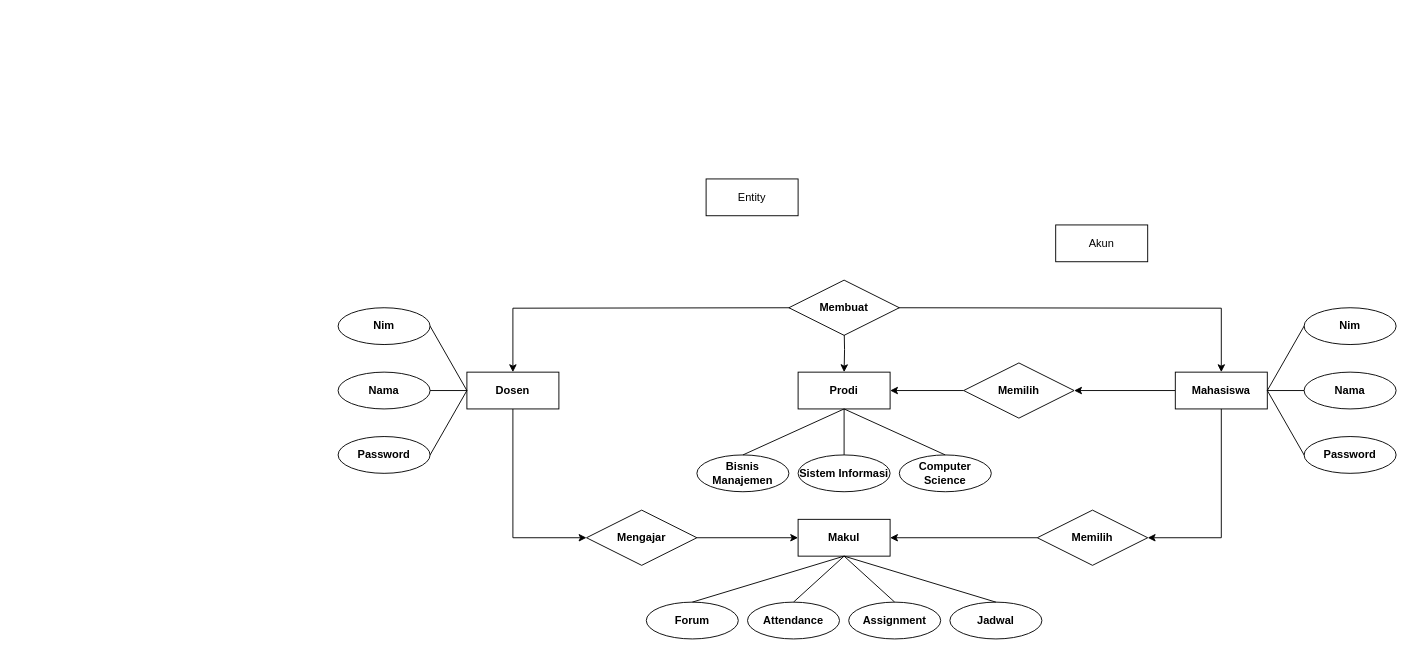
Earlier version of the draw.io diagram Untitled Diagram.drawio (zhirobyte/webdev). Source tidied: cells renumbered, new cells numbered last; positions are measured from the earlier drawing's top-left corner, leaving out a move shared by most shapes. Both pictures are drawn from the tidied source at 92%, with x=0, y=0 at pixel (338, 178).
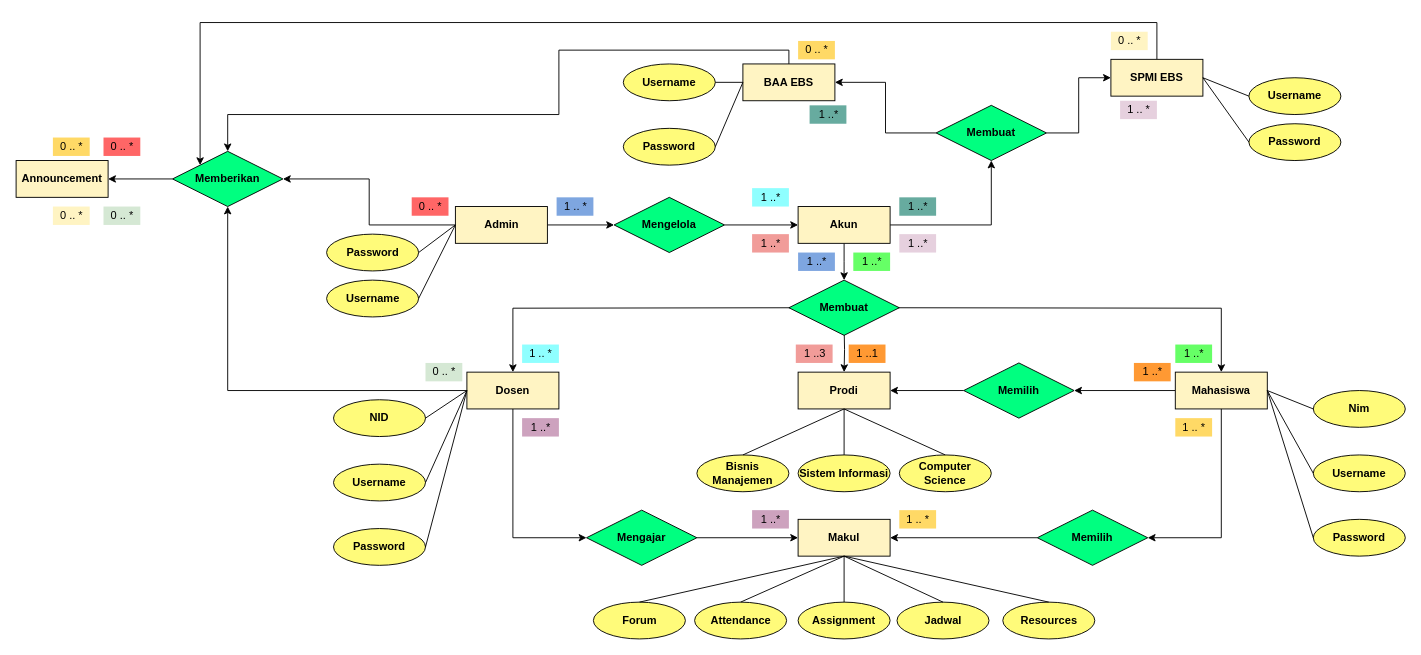
After the change.

What changed in the source:
```diff
@@
-    <mxCell id="2" value="Bisnis Manajemen" style="ellipse;whiteSpace=wrap;html=1;align=center;fontStyle=1;" parent="1" vertex="1">
+    <mxCell id="2" value="Bisnis Manajemen" style="ellipse;whiteSpace=wrap;html=1;align=center;fontStyle=1;fillColor=#FFFB7A;" parent="1" vertex="1">
       <mxGeometry x="390" y="300" width="100" height="40" as="geometry" />
     </mxCell>
-    <mxCell id="3" value="Sistem Informasi" style="ellipse;whiteSpace=wrap;html=1;align=center;fontStyle=1;" parent="1" vertex="1">
+    <mxCell id="3" value="Sistem Informasi" style="ellipse;whiteSpace=wrap;html=1;align=center;fontStyle=1;fillColor=#FFFB7A;" parent="1" vertex="1">
       <mxGeometry x="500" y="300" width="100" height="40" as="geometry" />
     </mxCell>
-    <mxCell id="4" value="Computer Science" style="ellipse;whiteSpace=wrap;html=1;align=center;fontStyle=1;" parent="1" vertex="1">
+    <mxCell id="4" value="Computer Science" style="ellipse;whiteSpace=wrap;html=1;align=center;fontStyle=1;fillColor=#FFFB7A;" parent="1" vertex="1">
       <mxGeometry x="610" y="300" width="100" height="40" as="geometry" />
     </mxCell>
-    <mxCell id="5" value="Prodi" style="whiteSpace=wrap;html=1;align=center;fontStyle=1;" parent="1" vertex="1">
+    <mxCell id="5" value="Prodi" style="whiteSpace=wrap;html=1;align=center;fontStyle=1;fillColor=#FFF4C3;" parent="1" vertex="1">
       <mxGeometry x="500" y="210" width="100" height="40" as="geometry" />
     </mxCell>
@@
+    <mxCell id="47" style="edgeStyle=orthogonalEdgeStyle;rounded=0;jettySize=auto;html=1;" parent="1" edge="1" source="7" target="95">
+      <mxGeometry relative="1" as="geometry" />
+    </mxCell>
-    <mxCell id="7" value="Dosen" style="whiteSpace=wrap;html=1;align=center;fontStyle=1;" parent="1" vertex="1">
+    <mxCell id="7" value="Dosen" style="whiteSpace=wrap;html=1;align=center;fontStyle=1;fillColor=#FFF4C3;" parent="1" vertex="1">
       <mxGeometry x="140" y="210" width="100" height="40" as="geometry" />
     </mxCell>
@@
-    <mxCell id="10" value="Mahasiswa" style="whiteSpace=wrap;html=1;align=center;fontStyle=1;" parent="1" vertex="1">
+    <mxCell id="10" value="Mahasiswa" style="whiteSpace=wrap;html=1;align=center;fontStyle=1;fillColor=#FFF4C3;" parent="1" vertex="1">
       <mxGeometry x="910" y="210" width="100" height="40" as="geometry" />
     </mxCell>
-    <mxCell id="11" value="Makul" style="whiteSpace=wrap;html=1;align=center;fontStyle=1;" parent="1" vertex="1">
+    <mxCell id="11" value="Makul" style="whiteSpace=wrap;html=1;align=center;fontStyle=1;fillColor=#FFF4C3;" parent="1" vertex="1">
       <mxGeometry x="500" y="370" width="100" height="40" as="geometry" />
     </mxCell>
@@
-    <mxCell id="13" value="Mengajar" style="shape=rhombus;perimeter=rhombusPerimeter;whiteSpace=wrap;html=1;align=center;fontStyle=1;" parent="1" vertex="1">
+    <mxCell id="13" value="Mengajar" style="shape=rhombus;perimeter=rhombusPerimeter;whiteSpace=wrap;html=1;align=center;fontStyle=1;fillColor=#00FF80;" parent="1" vertex="1">
       <mxGeometry x="270" y="360" width="120" height="60" as="geometry" />
     </mxCell>
-    <mxCell id="14" value="Memilih" style="shape=rhombus;perimeter=rhombusPerimeter;whiteSpace=wrap;html=1;align=center;fontStyle=1;" parent="1" vertex="1">
+    <mxCell id="14" value="Memilih" style="shape=rhombus;perimeter=rhombusPerimeter;whiteSpace=wrap;html=1;align=center;fontStyle=1;fillColor=#00FF80;" parent="1" vertex="1">
       <mxGeometry x="760" y="360" width="120" height="60" as="geometry" />
     </mxCell>
@@
-    <mxCell id="16" value="Jadwal" style="ellipse;whiteSpace=wrap;html=1;align=center;fontStyle=1;" parent="1" vertex="1">
-      <mxGeometry x="665" y="460" width="100" height="40" as="geometry" />
+    <mxCell id="16" value="Jadwal" style="ellipse;whiteSpace=wrap;html=1;align=center;fontStyle=1;fillColor=#FFFB7A;" parent="1" vertex="1">
+      <mxGeometry x="607.5" y="460" width="100" height="40" as="geometry" />
     </mxCell>
-    <mxCell id="17" value="Attendance" style="ellipse;whiteSpace=wrap;html=1;align=center;fontStyle=1;" parent="1" vertex="1">
-      <mxGeometry x="445" y="460" width="100" height="40" as="geometry" />
+    <mxCell id="17" value="Attendance" style="ellipse;whiteSpace=wrap;html=1;align=center;fontStyle=1;fillColor=#FFFB7A;" parent="1" vertex="1">
+      <mxGeometry x="387.5" y="460" width="100" height="40" as="geometry" />
     </mxCell>
-    <mxCell id="18" value="Assignment" style="ellipse;whiteSpace=wrap;html=1;align=center;fontStyle=1;" parent="1" vertex="1">
-      <mxGeometry x="555" y="460" width="100" height="40" as="geometry" />
+    <mxCell id="18" value="Assignment" style="ellipse;whiteSpace=wrap;html=1;align=center;fontStyle=1;fillColor=#FFFB7A;" parent="1" vertex="1">
+      <mxGeometry x="500" y="460" width="100" height="40" as="geometry" />
     </mxCell>
-    <mxCell id="19" value="Forum" style="ellipse;whiteSpace=wrap;html=1;align=center;fontStyle=1;" parent="1" vertex="1">
-      <mxGeometry x="335" y="460" width="100" height="40" as="geometry" />
+    <mxCell id="19" value="Forum" style="ellipse;whiteSpace=wrap;html=1;align=center;fontStyle=1;fillColor=#FFFB7A;" parent="1" vertex="1">
+      <mxGeometry x="277.5" y="460" width="100" height="40" as="geometry" />
     </mxCell>
@@
-    <mxCell id="28" value="Memilih" style="shape=rhombus;perimeter=rhombusPerimeter;whiteSpace=wrap;html=1;align=center;fontStyle=1;" parent="1" vertex="1">
+    <mxCell id="28" value="Memilih" style="shape=rhombus;perimeter=rhombusPerimeter;whiteSpace=wrap;html=1;align=center;fontStyle=1;fillColor=#00FF80;" parent="1" vertex="1">
       <mxGeometry x="680" y="200" width="120" height="60" as="geometry" />
     </mxCell>
-    <mxCell id="29" value="Password" style="ellipse;whiteSpace=wrap;html=1;align=center;fontStyle=1;" parent="1" vertex="1">
-      <mxGeometry x="1050" y="280" width="100" height="40" as="geometry" />
+    <mxCell id="29" value="Password" style="ellipse;whiteSpace=wrap;html=1;align=center;fontStyle=1;fillColor=#FFFB7A;" parent="1" vertex="1">
+      <mxGeometry x="1060" y="370" width="100" height="40" as="geometry" />
     </mxCell>
-    <mxCell id="30" value="Nama" style="ellipse;whiteSpace=wrap;html=1;align=center;fontStyle=1;" parent="1" vertex="1">
-      <mxGeometry x="1050" y="210" width="100" height="40" as="geometry" />
+    <mxCell id="30" value="Username" style="ellipse;whiteSpace=wrap;html=1;align=center;fontStyle=1;fillColor=#FFFB7A;" parent="1" vertex="1">
+      <mxGeometry x="1060" y="300" width="100" height="40" as="geometry" />
     </mxCell>
-    <mxCell id="31" value="Nim" style="ellipse;whiteSpace=wrap;html=1;align=center;fontStyle=1;" parent="1" vertex="1">
-      <mxGeometry x="1050" y="140" width="100" height="40" as="geometry" />
+    <mxCell id="31" value="Nim" style="ellipse;whiteSpace=wrap;html=1;align=center;fontStyle=1;fillColor=#FFFB7A;" parent="1" vertex="1">
+      <mxGeometry x="1060" y="230" width="100" height="40" as="geometry" />
     </mxCell>
-    <mxCell id="32" value="Password" style="ellipse;whiteSpace=wrap;html=1;align=center;fontStyle=1;" parent="1" vertex="1">
-      <mxGeometry y="280" width="100" height="40" as="geometry" />
+    <mxCell id="32" value="Password" style="ellipse;whiteSpace=wrap;html=1;align=center;fontStyle=1;fillColor=#FFFB7A;" parent="1" vertex="1">
+      <mxGeometry x="-5" y="380" width="100" height="40" as="geometry" />
     </mxCell>
-    <mxCell id="33" value="Nama" style="ellipse;whiteSpace=wrap;html=1;align=center;fontStyle=1;" parent="1" vertex="1">
-      <mxGeometry y="210" width="100" height="40" as="geometry" />
+    <mxCell id="33" value="Username" style="ellipse;whiteSpace=wrap;html=1;align=center;fontStyle=1;fillColor=#FFFB7A;" parent="1" vertex="1">
+      <mxGeometry x="-5" y="310" width="100" height="40" as="geometry" />
     </mxCell>
-    <mxCell id="34" value="Nim" style="ellipse;whiteSpace=wrap;html=1;align=center;fontStyle=1;" parent="1" vertex="1">
-      <mxGeometry y="140" width="100" height="40" as="geometry" />
+    <mxCell id="34" value="NID" style="ellipse;whiteSpace=wrap;html=1;align=center;fontStyle=1;fillColor=#FFFB7A;" parent="1" vertex="1">
+      <mxGeometry x="-5" y="240" width="100" height="40" as="geometry" />
     </mxCell>
@@
-    <mxCell id="38" value="Membuat" style="shape=rhombus;perimeter=rhombusPerimeter;whiteSpace=wrap;html=1;align=center;fontStyle=1;" parent="1" vertex="1">
+    <mxCell id="38" value="Membuat" style="shape=rhombus;perimeter=rhombusPerimeter;whiteSpace=wrap;html=1;align=center;fontStyle=1;fillColor=#00FF80;" parent="1" vertex="1">
       <mxGeometry x="490" y="110" width="120" height="60" as="geometry" />
     </mxCell>
@@
+    <mxCell id="48" style="edgeStyle=orthogonalEdgeStyle;rounded=0;jettySize=auto;html=1;entryX=0.5;entryY=0;entryDx=0;entryDy=0;" parent="1" edge="1" source="45">
+      <mxGeometry relative="1" as="geometry">
+        <mxPoint x="550" y="110" as="targetPoint" />
+      </mxGeometry>
+    </mxCell>
+    <mxCell id="49" style="edgeStyle=orthogonalEdgeStyle;rounded=0;jettySize=auto;html=1;entryX=0.5;entryY=1;entryDx=0;entryDy=0;" parent="1" edge="1" source="45" target="88">
+      <mxGeometry relative="1" as="geometry" />
+    </mxCell>
-    <mxCell id="45" value="Akun" style="whiteSpace=wrap;html=1;align=center;" parent="1" vertex="1">
-      <mxGeometry x="780" y="50" width="100" height="40" as="geometry" />
+    <mxCell id="45" value="Akun" style="whiteSpace=wrap;html=1;align=center;fontStyle=1;fillColor=#FFF4C3;" parent="1" vertex="1">
+      <mxGeometry x="500" y="30" width="100" height="40" as="geometry" />
     </mxCell>
+    <mxCell id="50" style="edgeStyle=orthogonalEdgeStyle;rounded=0;jettySize=auto;html=1;fontStyle=1;entryX=0;entryY=0.5;entryDx=0;entryDy=0;" parent="1" edge="1" source="46" target="53">
+      <mxGeometry relative="1" as="geometry" />
+    </mxCell>
+    <mxCell id="51" style="edgeStyle=orthogonalEdgeStyle;rounded=0;jettySize=auto;html=1;entryX=1;entryY=0.5;entryDx=0;entryDy=0;" parent="1" edge="1" source="46" target="95">
+      <mxGeometry relative="1" as="geometry" />
+    </mxCell>
-    <mxCell id="46" value="Entity" style="whiteSpace=wrap;html=1;align=center;" parent="1" vertex="1">
-      <mxGeometry x="400" width="100" height="40" as="geometry" />
+    <mxCell id="46" value="Admin" style="whiteSpace=wrap;html=1;align=center;fontStyle=1;fillColor=#FFF4C3;" parent="1" vertex="1">
+      <mxGeometry x="127.5" y="30" width="100" height="40" as="geometry" />
     </mxCell>
+    <mxCell id="52" style="edgeStyle=orthogonalEdgeStyle;rounded=0;jettySize=auto;html=1;entryX=0;entryY=0.5;entryDx=0;entryDy=0;" parent="1" edge="1" source="53" target="45">
+      <mxGeometry relative="1" as="geometry" />
+    </mxCell>
+    <mxCell id="53" value="Mengelola" style="shape=rhombus;perimeter=rhombusPerimeter;whiteSpace=wrap;html=1;align=center;fontStyle=1;fillColor=#00FF80;" parent="1" vertex="1">
+      <mxGeometry x="300" y="20" width="120" height="60" as="geometry" />
+    </mxCell>
+    <mxCell id="54" value="1 ..*" style="text;html=1;align=center;verticalAlign=middle;fillColor=#7EA6E0;" parent="1" vertex="1">
+      <mxGeometry x="500" y="80" width="40" height="20" as="geometry" />
+    </mxCell>
+    <mxCell id="55" value="1 .. *" style="text;html=1;align=center;verticalAlign=middle;fillColor=#7EA6E0;" parent="1" vertex="1">
+      <mxGeometry x="237.5" y="20" width="40" height="20" as="geometry" />
+    </mxCell>
+    <mxCell id="56" value="1 .. *" style="text;html=1;align=center;verticalAlign=middle;fillColor=#8FFFFF;" parent="1" vertex="1">
+      <mxGeometry x="200" y="180" width="40" height="20" as="geometry" />
+    </mxCell>
+    <mxCell id="57" value="1 ..*" style="text;html=1;align=center;verticalAlign=middle;fillColor=#8FFFFF;" parent="1" vertex="1">
+      <mxGeometry x="450" y="10" width="40" height="20" as="geometry" />
+    </mxCell>
+    <mxCell id="58" value="1 ..*" style="text;html=1;align=center;verticalAlign=middle;fillColor=#66FF66;" parent="1" vertex="1">
+      <mxGeometry x="910" y="180" width="40" height="20" as="geometry" />
+    </mxCell>
+    <mxCell id="59" value="1 ..*" style="text;html=1;align=center;verticalAlign=middle;fillColor=#66FF66;" parent="1" vertex="1">
+      <mxGeometry x="560" y="80" width="40" height="20" as="geometry" />
+    </mxCell>
+    <mxCell id="60" value="1 .. *" style="text;html=1;align=center;verticalAlign=middle;fillColor=#FFD966;" parent="1" vertex="1">
+      <mxGeometry x="610" y="360" width="40" height="20" as="geometry" />
+    </mxCell>
+    <mxCell id="61" value="1 .. *" style="text;html=1;align=center;verticalAlign=middle;fillColor=#FFD966;" parent="1" vertex="1">
+      <mxGeometry x="910" y="260" width="40" height="20" as="geometry" />
+    </mxCell>
+    <mxCell id="62" value="1 ..1" style="text;html=1;align=center;verticalAlign=middle;fillColor=#FF9933;" parent="1" vertex="1">
+      <mxGeometry x="555" y="180" width="40" height="20" as="geometry" />
+    </mxCell>
+    <mxCell id="63" value="1 ..*" style="text;html=1;align=center;verticalAlign=middle;fillColor=#FF9933;" parent="1" vertex="1">
+      <mxGeometry x="865" y="200" width="40" height="20" as="geometry" />
+    </mxCell>
+    <mxCell id="64" value="1 ..*" style="text;html=1;align=center;verticalAlign=middle;fillColor=#CDA2BE;" parent="1" vertex="1">
+      <mxGeometry x="450" y="360" width="40" height="20" as="geometry" />
+    </mxCell>
+    <mxCell id="65" value="1 ..*" style="text;html=1;align=center;verticalAlign=middle;fillColor=#CDA2BE;" parent="1" vertex="1">
+      <mxGeometry x="200" y="260" width="40" height="20" as="geometry" />
+    </mxCell>
+    <mxCell id="66" value="Username" style="ellipse;whiteSpace=wrap;html=1;align=center;fillColor=#FFFB7A;fontStyle=1;" parent="1" vertex="1">
+      <mxGeometry x="-12.5" y="110" width="100" height="40" as="geometry" />
+    </mxCell>
+    <mxCell id="67" value="Password" style="ellipse;whiteSpace=wrap;html=1;align=center;fillColor=#FFFB7A;fontStyle=1;" parent="1" vertex="1">
+      <mxGeometry x="-12.5" y="60" width="100" height="40" as="geometry" />
+    </mxCell>
+    <mxCell id="68" style="endArrow=none;html=1;rounded=0;exitX=1;exitY=0.5;exitDx=0;exitDy=0;entryX=0;entryY=0.5;entryDx=0;entryDy=0;" parent="1" edge="1" source="66" target="46">
+      <mxGeometry relative="1" as="geometry" />
+    </mxCell>
+    <mxCell id="69" style="endArrow=none;html=1;rounded=0;entryX=0;entryY=0.5;entryDx=0;entryDy=0;exitX=1;exitY=0.5;exitDx=0;exitDy=0;" parent="1" edge="1" source="67" target="46">
+      <mxGeometry relative="1" as="geometry" />
+    </mxCell>
+    <mxCell id="70" value="Resources" style="ellipse;whiteSpace=wrap;html=1;align=center;fontStyle=1;fillColor=#FFFB7A;" parent="1" vertex="1">
+      <mxGeometry x="722.5" y="460" width="100" height="40" as="geometry" />
+    </mxCell>
+    <mxCell id="71" style="endArrow=none;html=1;rounded=0;exitX=0.5;exitY=1;exitDx=0;exitDy=0;entryX=0.5;entryY=0;entryDx=0;entryDy=0;" parent="1" edge="1" source="11" target="70">
+      <mxGeometry relative="1" as="geometry" />
+    </mxCell>
+    <mxCell id="72" style="edgeStyle=orthogonalEdgeStyle;rounded=0;jettySize=auto;html=1;entryX=0;entryY=0;entryDx=0;entryDy=0;" parent="1" edge="1" source="73" target="95">
+      <mxGeometry relative="1" as="geometry">
+        <Array as="points">
+          <mxPoint x="890" y="-170" />
+          <mxPoint x="-150" y="-170" />
+        </Array>
+      </mxGeometry>
+    </mxCell>
+    <mxCell id="73" value="SPMI EBS" style="whiteSpace=wrap;html=1;align=center;fontStyle=1;fillColor=#FFF4C3;" parent="1" vertex="1">
+      <mxGeometry x="840" y="-130" width="100" height="40" as="geometry" />
+    </mxCell>
+    <mxCell id="74" style="edgeStyle=orthogonalEdgeStyle;rounded=0;jettySize=auto;html=1;" parent="1" edge="1" source="75" target="95">
+      <mxGeometry relative="1" as="geometry">
+        <Array as="points">
+          <mxPoint x="490" y="-140" />
+          <mxPoint x="240" y="-140" />
+          <mxPoint x="240" y="-70" />
+          <mxPoint x="-120" y="-70" />
+        </Array>
+      </mxGeometry>
+    </mxCell>
+    <mxCell id="75" value="BAA EBS" style="whiteSpace=wrap;html=1;align=center;fontStyle=1;fillColor=#FFF4C3;" parent="1" vertex="1">
+      <mxGeometry x="440" y="-125" width="100" height="40" as="geometry" />
+    </mxCell>
+    <mxCell id="76" value="Username" style="ellipse;whiteSpace=wrap;html=1;align=center;fillColor=#FFFB7A;fontStyle=1;" parent="1" vertex="1">
+      <mxGeometry x="990" y="-110" width="100" height="40" as="geometry" />
+    </mxCell>
+    <mxCell id="77" value="Password" style="ellipse;whiteSpace=wrap;html=1;align=center;fillColor=#FFFB7A;fontStyle=1;" parent="1" vertex="1">
+      <mxGeometry x="990" y="-60" width="100" height="40" as="geometry" />
+    </mxCell>
+    <mxCell id="78" style="endArrow=none;html=1;rounded=0;exitX=0;exitY=0.5;exitDx=0;exitDy=0;entryX=1;entryY=0.5;entryDx=0;entryDy=0;fontStyle=1;" parent="1" edge="1" source="76" target="73">
+      <mxGeometry relative="1" as="geometry" />
+    </mxCell>
+    <mxCell id="79" style="endArrow=none;html=1;rounded=0;entryX=1;entryY=0.5;entryDx=0;entryDy=0;exitX=0;exitY=0.5;exitDx=0;exitDy=0;fontStyle=1;" parent="1" edge="1" source="77" target="73">
+      <mxGeometry relative="1" as="geometry" />
+    </mxCell>
+    <mxCell id="80" value="1 ..3" style="text;html=1;align=center;verticalAlign=middle;fillColor=#F19C99;" parent="1" vertex="1">
+      <mxGeometry x="497.5" y="180" width="40" height="20" as="geometry" />
+    </mxCell>
+    <mxCell id="81" value="1 ..*" style="text;html=1;align=center;verticalAlign=middle;fillColor=#F19C99;" parent="1" vertex="1">
+      <mxGeometry x="450" y="60" width="40" height="20" as="geometry" />
+    </mxCell>
+    <mxCell id="82" value="Username" style="ellipse;whiteSpace=wrap;html=1;align=center;fillColor=#FFFB7A;fontStyle=1;" parent="1" vertex="1">
+      <mxGeometry x="310" y="-125" width="100" height="40" as="geometry" />
+    </mxCell>
+    <mxCell id="83" value="Password" style="ellipse;whiteSpace=wrap;html=1;align=center;fillColor=#FFFB7A;fontStyle=1;" parent="1" vertex="1">
+      <mxGeometry x="310" y="-55" width="100" height="40" as="geometry" />
+    </mxCell>
+    <mxCell id="84" style="endArrow=none;html=1;rounded=0;entryX=0;entryY=0.5;entryDx=0;entryDy=0;exitX=1;exitY=0.5;exitDx=0;exitDy=0;fontStyle=1;" parent="1" edge="1" source="82" target="75">
+      <mxGeometry relative="1" as="geometry" />
+    </mxCell>
+    <mxCell id="85" style="endArrow=none;html=1;rounded=0;entryX=1;entryY=0.5;entryDx=0;entryDy=0;exitX=0;exitY=0.5;exitDx=0;exitDy=0;fontStyle=1;" parent="1" edge="1" source="75" target="83">
+      <mxGeometry relative="1" as="geometry" />
+    </mxCell>
+    <mxCell id="86" style="edgeStyle=orthogonalEdgeStyle;rounded=0;jettySize=auto;html=1;entryX=0;entryY=0.5;entryDx=0;entryDy=0;fontStyle=1;" parent="1" edge="1" source="88" target="73">
+      <mxGeometry relative="1" as="geometry" />
+    </mxCell>
+    <mxCell id="87" style="edgeStyle=orthogonalEdgeStyle;rounded=0;jettySize=auto;html=1;entryX=1;entryY=0.5;entryDx=0;entryDy=0;fontStyle=1;" parent="1" edge="1" source="88" target="75">
+      <mxGeometry relative="1" as="geometry" />
+    </mxCell>
+    <mxCell id="88" value="Membuat" style="shape=rhombus;perimeter=rhombusPerimeter;whiteSpace=wrap;html=1;align=center;fillColor=#00FF80;fontStyle=1;" parent="1" vertex="1">
+      <mxGeometry x="650" y="-80" width="120" height="60" as="geometry" />
+    </mxCell>
+    <mxCell id="89" value="1 ..*" style="text;html=1;align=center;verticalAlign=middle;fillColor=#67AB9F;" parent="1" vertex="1">
+      <mxGeometry x="512.5" y="-80" width="40" height="20" as="geometry" />
+    </mxCell>
+    <mxCell id="90" value="1 ..*" style="text;html=1;align=center;verticalAlign=middle;fillColor=#67AB9F;" parent="1" vertex="1">
+      <mxGeometry x="610" y="20" width="40" height="20" as="geometry" />
+    </mxCell>
+    <mxCell id="91" value="1 .. *" style="text;html=1;align=center;verticalAlign=middle;fillColor=#E6D0DE;" parent="1" vertex="1">
+      <mxGeometry x="850" y="-85" width="40" height="20" as="geometry" />
+    </mxCell>
+    <mxCell id="92" value="1 ..*" style="text;html=1;align=center;verticalAlign=middle;fillColor=#E6D0DE;" parent="1" vertex="1">
+      <mxGeometry x="610" y="60" width="40" height="20" as="geometry" />
+    </mxCell>
+    <mxCell id="93" value="Announcement" style="whiteSpace=wrap;html=1;align=center;fillColor=#FFF4C3;fontStyle=1;" parent="1" vertex="1">
+      <mxGeometry x="-350" y="-20" width="100" height="40" as="geometry" />
+    </mxCell>
+    <mxCell id="94" style="edgeStyle=orthogonalEdgeStyle;rounded=0;jettySize=auto;html=1;entryX=1;entryY=0.5;entryDx=0;entryDy=0;" parent="1" edge="1" source="95" target="93">
+      <mxGeometry relative="1" as="geometry" />
+    </mxCell>
+    <mxCell id="95" value="Memberikan" style="shape=rhombus;perimeter=rhombusPerimeter;whiteSpace=wrap;html=1;align=center;fontStyle=1;fillColor=#00FF80;" parent="1" vertex="1">
+      <mxGeometry x="-180" y="-30" width="120" height="60" as="geometry" />
+    </mxCell>
+    <mxCell id="96" value="0 .. *" style="text;html=1;align=center;verticalAlign=middle;fillColor=#FF6666;" parent="1" vertex="1">
+      <mxGeometry x="-255" y="-45" width="40" height="20" as="geometry" />
+    </mxCell>
+    <mxCell id="97" value="0 .. *" style="text;html=1;align=center;verticalAlign=middle;fillColor=#FF6666;" parent="1" vertex="1">
+      <mxGeometry x="80" y="20" width="40" height="20" as="geometry" />
+    </mxCell>
+    <mxCell id="98" value="0 .. *" style="text;html=1;align=center;verticalAlign=middle;fillColor=#D5E8D4;" parent="1" vertex="1">
+      <mxGeometry x="-255" y="30" width="40" height="20" as="geometry" />
+    </mxCell>
+    <mxCell id="99" value="0 .. *" style="text;html=1;align=center;verticalAlign=middle;fillColor=#D5E8D4;" parent="1" vertex="1">
+      <mxGeometry x="95" y="200" width="40" height="20" as="geometry" />
+    </mxCell>
+    <mxCell id="100" value="0 .. *" style="text;html=1;align=center;verticalAlign=middle;fillColor=#FFD966;" parent="1" vertex="1">
+      <mxGeometry x="-310" y="-45" width="40" height="20" as="geometry" />
+    </mxCell>
+    <mxCell id="101" value="0 .. *" style="text;html=1;align=center;verticalAlign=middle;fillColor=#FFD966;" parent="1" vertex="1">
+      <mxGeometry x="500" y="-150" width="40" height="20" as="geometry" />
+    </mxCell>
+    <mxCell id="102" value="0 .. *" style="text;html=1;align=center;verticalAlign=middle;fillColor=#FFF4C3;" parent="1" vertex="1">
+      <mxGeometry x="-310" y="30" width="40" height="20" as="geometry" />
+    </mxCell>
+    <mxCell id="103" value="0 .. *" style="text;html=1;align=center;verticalAlign=middle;fillColor=#FFF4C3;" parent="1" vertex="1">
+      <mxGeometry x="840" y="-160" width="40" height="20" as="geometry" />
+    </mxCell>
```
